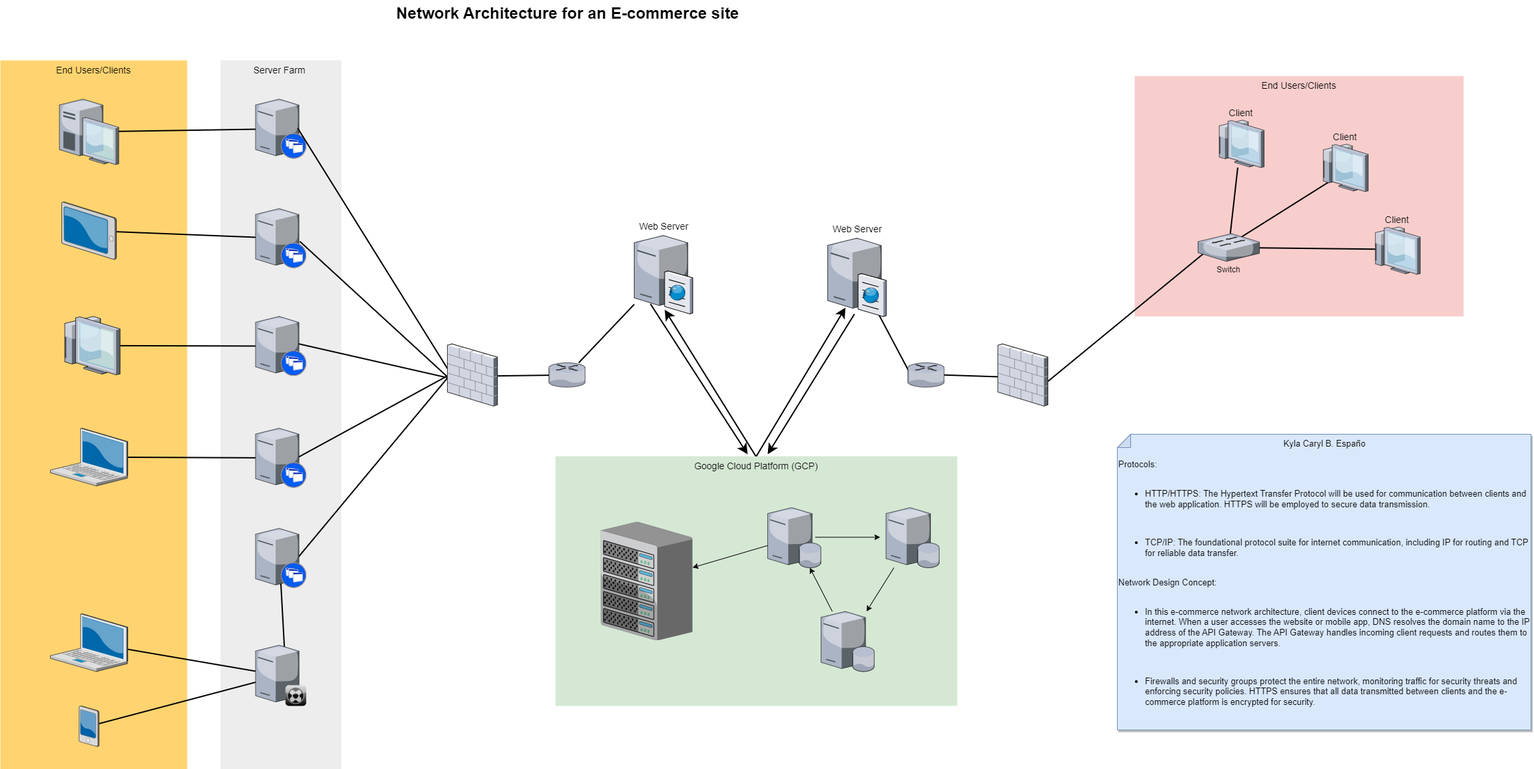
Earlier version of the draw.io export ESPAÑO_LE2.drawio.png (kaisunoo/Acads). Source tidied: cells renumbered, new cells last; positions are measured from the earlier drawing's top-left corner, leaving out a move shared by most shapes.
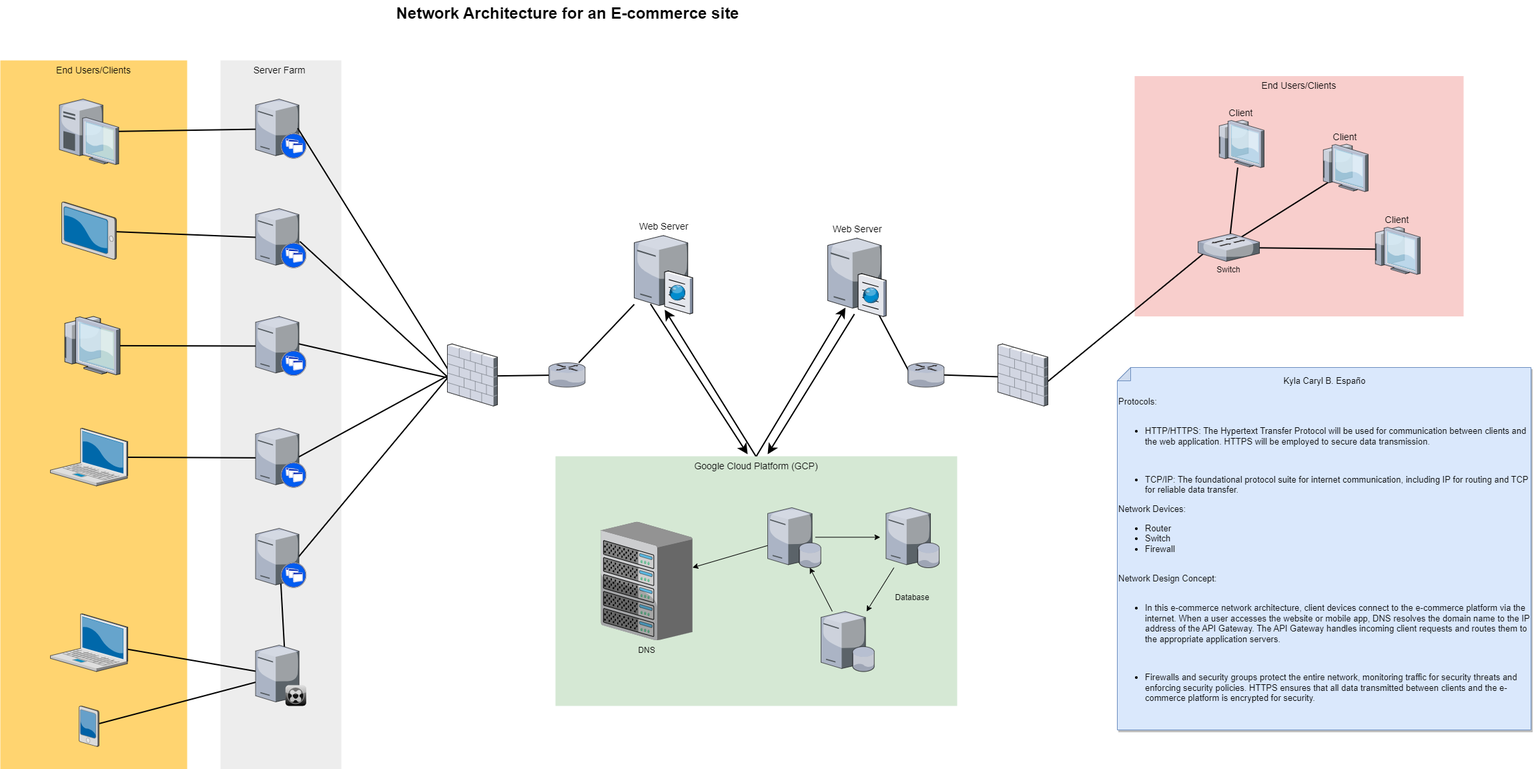
Above is the later version.

Diff of the diagram source:
```diff
@@ -194,8 +194,14 @@
     <mxCell id="61" style="verticalLabelPosition=bottom;sketch=0;html=1;verticalAlign=top;strokeColor=none;align=center;outlineConnect=0;shape=mxgraph.citrix.database_server;" parent="1" vertex="1">
       <mxGeometry x="1230" y="915.5" width="80" height="90" as="geometry" />
     </mxCell>
-    <mxCell id="62" value="&lt;div style=&quot;text-align: center;&quot;&gt;&lt;span style=&quot;font-size: 13px; background-color: initial;&quot;&gt;Kyla Caryl B. Españo&lt;/span&gt;&lt;/div&gt;&lt;font style=&quot;font-size: 13px;&quot;&gt;&lt;br&gt;&lt;/font&gt;&lt;div style=&quot;font-size: 13px;&quot;&gt;&lt;font style=&quot;font-size: 13px;&quot;&gt;Protocols:&lt;/font&gt;&lt;/div&gt;&lt;div style=&quot;font-size: 13px;&quot;&gt;&lt;font style=&quot;font-size: 13px;&quot;&gt;&lt;br&gt;&lt;/font&gt;&lt;/div&gt;&lt;div style=&quot;font-size: 13px;&quot;&gt;&lt;ul&gt;&lt;li&gt;&lt;font style=&quot;font-size: 13px;&quot;&gt;HTTP/HTTPS: The Hypertext Transfer Protocol will be used for communication between clients and the web application. HTTPS will be employed to secure data transmission.&lt;/font&gt;&lt;/li&gt;&lt;/ul&gt;&lt;/div&gt;&lt;div style=&quot;font-size: 13px;&quot;&gt;&lt;font style=&quot;font-size: 13px;&quot;&gt;&lt;br&gt;&lt;/font&gt;&lt;/div&gt;&lt;div style=&quot;font-size: 13px;&quot;&gt;&lt;ul&gt;&lt;li&gt;&lt;font style=&quot;font-size: 13px;&quot;&gt;TCP/IP: The foundational protocol suite for internet communication, including IP for routing and TCP for reliable data transfer.&lt;/font&gt;&lt;/li&gt;&lt;/ul&gt;&lt;/div&gt;&lt;div style=&quot;font-size: 13px;&quot;&gt;&lt;font style=&quot;font-size: 13px;&quot;&gt;&lt;br&gt;&lt;/font&gt;&lt;/div&gt;&lt;div style=&quot;font-size: 13px;&quot;&gt;&lt;font style=&quot;font-size: 13px;&quot;&gt;Network Design Concept:&lt;/font&gt;&lt;/div&gt;&lt;div style=&quot;font-size: 13px;&quot;&gt;&lt;font style=&quot;font-size: 13px;&quot;&gt;&lt;br&gt;&lt;/font&gt;&lt;/div&gt;&lt;div style=&quot;font-size: 13px;&quot;&gt;&lt;ul&gt;&lt;li&gt;&lt;font style=&quot;font-size: 13px;&quot;&gt;In this e-commerce network architecture, client devices connect to the e-commerce platform via the internet. When a user accesses the website or mobile app, DNS resolves the domain name to the IP address of the API Gateway. The API Gateway handles incoming client requests and routes them to the appropriate application servers.&lt;/font&gt;&lt;/li&gt;&lt;/ul&gt;&lt;/div&gt;&lt;div style=&quot;font-size: 13px;&quot;&gt;&lt;br&gt;&lt;/div&gt;&lt;div style=&quot;font-size: 13px;&quot;&gt;&lt;ul&gt;&lt;li&gt;&lt;font style=&quot;font-size: 13px;&quot;&gt;Firewalls and security groups protect the entire network, monitoring traffic for security threats and enforcing security policies. HTTPS ensures that all data transmitted between clients and the e-commerce platform is encrypted for security.&lt;/font&gt;&lt;/li&gt;&lt;/ul&gt;&lt;/div&gt;&lt;div style=&quot;font-size: 13px;&quot;&gt;&lt;br&gt;&lt;/div&gt;" style="shape=note;whiteSpace=wrap;html=1;backgroundOutline=1;darkOpacity=0.05;fillColor=#dae8fc;strokeColor=#6c8ebf;fillStyle=solid;direction=north;gradientDirection=north;shadow=1;size=20;align=left;" parent="1" vertex="1">
-      <mxGeometry x="1674" y="650" width="620" height="443" as="geometry" />
+    <mxCell id="62" value="&lt;div style=&quot;text-align: center;&quot;&gt;&lt;span style=&quot;font-size: 13px; background-color: initial;&quot;&gt;Kyla Caryl B. Españo&lt;/span&gt;&lt;/div&gt;&lt;font style=&quot;font-size: 13px;&quot;&gt;&lt;br&gt;&lt;/font&gt;&lt;div style=&quot;font-size: 13px;&quot;&gt;&lt;font style=&quot;font-size: 13px;&quot;&gt;Protocols:&lt;/font&gt;&lt;/div&gt;&lt;div style=&quot;font-size: 13px;&quot;&gt;&lt;font style=&quot;font-size: 13px;&quot;&gt;&lt;br&gt;&lt;/font&gt;&lt;/div&gt;&lt;div style=&quot;font-size: 13px;&quot;&gt;&lt;ul&gt;&lt;li&gt;&lt;font style=&quot;font-size: 13px;&quot;&gt;HTTP/HTTPS: The Hypertext Transfer Protocol will be used for communication between clients and the web application. HTTPS will be employed to secure data transmission.&lt;/font&gt;&lt;/li&gt;&lt;/ul&gt;&lt;/div&gt;&lt;div style=&quot;font-size: 13px;&quot;&gt;&lt;font style=&quot;font-size: 13px;&quot;&gt;&lt;br&gt;&lt;/font&gt;&lt;/div&gt;&lt;div style=&quot;font-size: 13px;&quot;&gt;&lt;ul&gt;&lt;li&gt;&lt;font style=&quot;font-size: 13px;&quot;&gt;TCP/IP: The foundational protocol suite for internet communication, including IP for routing and TCP for reliable data transfer.&lt;/font&gt;&lt;/li&gt;&lt;/ul&gt;&lt;div&gt;Network Devices:&lt;/div&gt;&lt;div&gt;&lt;ul&gt;&lt;li&gt;Router&lt;/li&gt;&lt;li&gt;Switch&lt;/li&gt;&lt;li&gt;Firewall&lt;/li&gt;&lt;/ul&gt;&lt;/div&gt;&lt;/div&gt;&lt;div style=&quot;font-size: 13px;&quot;&gt;&lt;font style=&quot;font-size: 13px;&quot;&gt;&lt;br&gt;&lt;/font&gt;&lt;/div&gt;&lt;div style=&quot;font-size: 13px;&quot;&gt;&lt;font style=&quot;font-size: 13px;&quot;&gt;Network Design Concept:&lt;/font&gt;&lt;/div&gt;&lt;div style=&quot;font-size: 13px;&quot;&gt;&lt;font style=&quot;font-size: 13px;&quot;&gt;&lt;br&gt;&lt;/font&gt;&lt;/div&gt;&lt;div style=&quot;font-size: 13px;&quot;&gt;&lt;ul&gt;&lt;li&gt;&lt;font style=&quot;font-size: 13px;&quot;&gt;In this e-commerce network architecture, client devices connect to the e-commerce platform via the internet. When a user accesses the website or mobile app, DNS resolves the domain name to the IP address of the API Gateway. The API Gateway handles incoming client requests and routes them to the appropriate application servers.&lt;/font&gt;&lt;/li&gt;&lt;/ul&gt;&lt;/div&gt;&lt;div style=&quot;font-size: 13px;&quot;&gt;&lt;br&gt;&lt;/div&gt;&lt;div style=&quot;font-size: 13px;&quot;&gt;&lt;ul&gt;&lt;li&gt;&lt;font style=&quot;font-size: 13px;&quot;&gt;Firewalls and security groups protect the entire network, monitoring traffic for security threats and enforcing security policies. HTTPS ensures that all data transmitted between clients and the e-commerce platform is encrypted for security.&lt;/font&gt;&lt;/li&gt;&lt;/ul&gt;&lt;/div&gt;&lt;div style=&quot;font-size: 13px;&quot;&gt;&lt;br&gt;&lt;/div&gt;" style="shape=note;whiteSpace=wrap;html=1;backgroundOutline=1;darkOpacity=0.05;fillColor=#dae8fc;strokeColor=#6c8ebf;fillStyle=solid;direction=north;gradientDirection=north;shadow=1;size=20;align=left;" parent="1" vertex="1">
+      <mxGeometry x="1674" y="550" width="620" height="543" as="geometry" />
     </mxCell>
+    <mxCell id="63" value="DNS" style="text;strokeColor=none;align=center;fillColor=none;html=1;verticalAlign=middle;whiteSpace=wrap;rounded=0;" parent="1" vertex="1">
+      <mxGeometry x="938.6" y="958.8" width="60" height="30" as="geometry" />
+    </mxCell>
+    <mxCell id="64" value="Database" style="text;strokeColor=none;align=center;fillColor=none;html=1;verticalAlign=middle;whiteSpace=wrap;rounded=0;" parent="1" vertex="1">
+      <mxGeometry x="1337.4" y="880" width="60" height="30" as="geometry" />
+    </mxCell>
   </root>
 </mxGraphModel>
```
